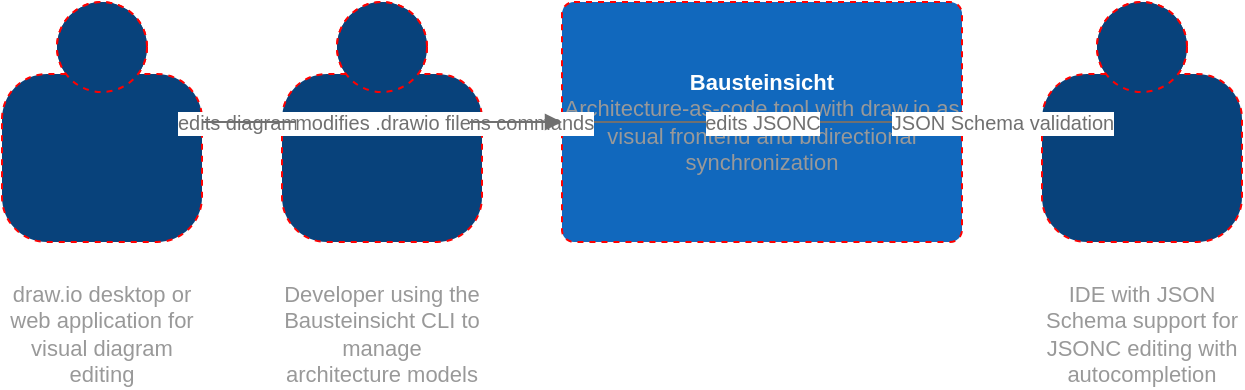
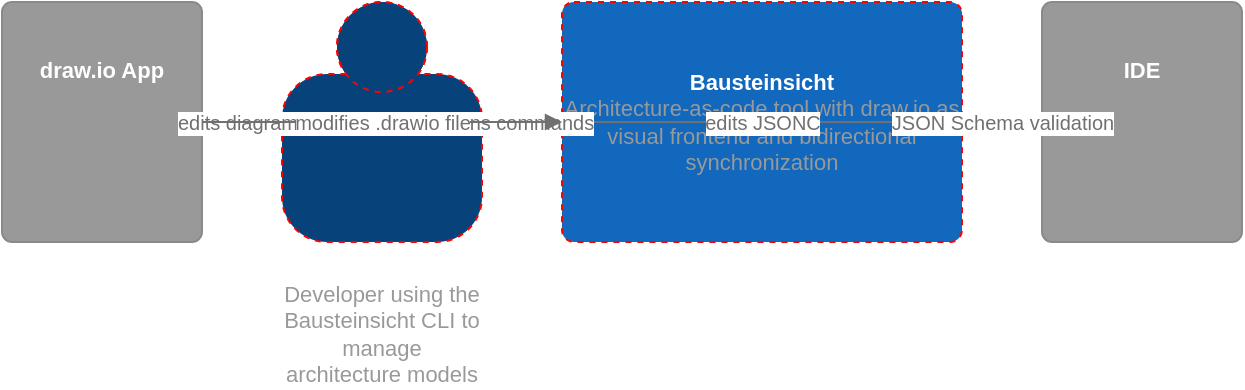
<?xml version="1.0" encoding="UTF-8"?>
<mxfile host="bausteinsicht" compressed="false">
  <diagram id="view-context" name="System Context">
    <mxGraphModel dx="1422" dy="794" grid="1" gridSize="10" page="1" pageWidth="1169" pageHeight="827" background="#ffffff">
      <root>
        <mxCell id="0"/>
        <mxCell id="1" parent="0"/>
-         <object label="&lt;b&gt;draw.io App&lt;/b&gt;&lt;br&gt;&lt;font color=&quot;#999999&quot;&gt;draw.io desktop or web application for visual diagram editing&lt;/font&gt;" id="context--drawio_app" bausteinsicht_id="drawio_app" bausteinsicht_kind="actor" tooltip="draw.io desktop or web application for visual diagram editing">
-           <mxCell style="shape=mxgraph.c4.person2;whiteSpace=wrap;html=1;align=center;verticalAlign=top;verticalLabelPosition=bottom;fillColor=#08427B;fontColor=#ffffff;fontSize=11;strokeColor=#FF0000;dashed=1;" vertex="1" parent="1">
+         <object label="&lt;b&gt;draw.io App&lt;/b&gt;&lt;br&gt;&lt;font color=&quot;#999999&quot;&gt;draw.io desktop or web application for visual diagram editing&lt;/font&gt;" id="context--drawio_app" bausteinsicht_id="drawio_app" bausteinsicht_kind="external_system" tooltip="draw.io desktop or web application for visual diagram editing">
+           <mxCell style="rounded=1;whiteSpace=wrap;html=1;fillColor=#999999;fontColor=#ffffff;strokeColor=#8A8A8A;arcSize=5;fontSize=11;align=center;verticalAlign=middle;" vertex="1" parent="1">
            <mxGeometry x="40" y="0" width="100" height="120" as="geometry"/>
          </mxCell>
        </object>
        <object label="&lt;b&gt;Developer&lt;/b&gt;&lt;br&gt;&lt;font color=&quot;#999999&quot;&gt;Developer using the Bausteinsicht CLI to manage architecture models&lt;/font&gt;" id="context--developer" bausteinsicht_id="developer" bausteinsicht_kind="actor" tooltip="Developer using the Bausteinsicht CLI to manage architecture models">
          <mxCell style="shape=mxgraph.c4.person2;whiteSpace=wrap;html=1;align=center;verticalAlign=top;verticalLabelPosition=bottom;fillColor=#08427B;fontColor=#ffffff;fontSize=11;strokeColor=#FF0000;dashed=1;" vertex="1" parent="1">
            <mxGeometry x="180" y="0" width="100" height="120" as="geometry"/>
          </mxCell>
        </object>
        <object label="&lt;b&gt;Bausteinsicht&lt;/b&gt;&lt;br&gt;&lt;font color=&quot;#999999&quot;&gt;Architecture-as-code tool with draw.io as visual frontend and bidirectional synchronization&lt;/font&gt;" id="context--bausteinsicht" bausteinsicht_id="bausteinsicht" bausteinsicht_kind="system" tooltip="Architecture-as-code tool with draw.io as visual frontend and bidirectional synchronization" link="data:page/id,view-containers">
          <mxCell style="rounded=1;whiteSpace=wrap;html=1;fillColor=#1168BD;fontColor=#ffffff;arcSize=5;fontSize=11;align=center;verticalAlign=middle;strokeColor=#FF0000;dashed=1;" vertex="1" parent="1">
            <mxGeometry x="320" y="0" width="200" height="120" as="geometry"/>
          </mxCell>
        </object>
-         <object label="&lt;b&gt;IDE&lt;/b&gt;&lt;br&gt;&lt;font color=&quot;#999999&quot;&gt;IDE with JSON Schema support for JSONC editing with autocompletion&lt;/font&gt;" id="context--ide" bausteinsicht_id="ide" bausteinsicht_kind="actor" tooltip="IDE with JSON Schema support for JSONC editing with autocompletion">
-           <mxCell style="shape=mxgraph.c4.person2;whiteSpace=wrap;html=1;align=center;verticalAlign=top;verticalLabelPosition=bottom;fillColor=#08427B;fontColor=#ffffff;fontSize=11;dashed=1;strokeColor=#FF0000;" vertex="1" parent="1">
+         <object label="&lt;b&gt;IDE&lt;/b&gt;&lt;br&gt;&lt;font color=&quot;#999999&quot;&gt;IDE with JSON Schema support for JSONC editing with autocompletion&lt;/font&gt;" id="context--ide" bausteinsicht_id="ide" bausteinsicht_kind="external_system" tooltip="IDE with JSON Schema support for JSONC editing with autocompletion">
+           <mxCell style="rounded=1;whiteSpace=wrap;html=1;fillColor=#999999;fontColor=#ffffff;strokeColor=#8A8A8A;arcSize=5;fontSize=11;align=center;verticalAlign=middle;" vertex="1" parent="1">
            <mxGeometry x="560" y="0" width="100" height="120" as="geometry"/>
          </mxCell>
        </object>
        <mxCell id="rel-context--developer-context--ide-1" value="edits JSONC" style="edgeStyle=orthogonalEdgeStyle;rounded=1;orthogonalLoop=1;jettySize=auto;html=1;endArrow=block;endFill=1;strokeColor=#707070;fontColor=#707070;fontSize=10;" edge="1" source="context--developer" target="context--ide" parent="1">
          <mxGeometry relative="1" as="geometry"/>
        </mxCell>
        <mxCell id="rel-context--developer-context--drawio_app-2" value="edits diagrams" style="edgeStyle=orthogonalEdgeStyle;rounded=1;orthogonalLoop=1;jettySize=auto;html=1;endArrow=block;endFill=1;strokeColor=#707070;fontColor=#707070;fontSize=10;" edge="1" source="context--developer" target="context--drawio_app" parent="1">
          <mxGeometry relative="1" as="geometry"/>
        </mxCell>
        <mxCell id="rel-context--developer-context--bausteinsicht-0" value="runs commands" style="edgeStyle=orthogonalEdgeStyle;rounded=1;orthogonalLoop=1;jettySize=auto;html=1;endArrow=block;endFill=1;strokeColor=#707070;fontColor=#707070;fontSize=10;" edge="1" source="context--developer" target="context--bausteinsicht" parent="1">
          <mxGeometry relative="1" as="geometry"/>
        </mxCell>
        <mxCell id="rel-context--ide-context--bausteinsicht-3" value="JSON Schema validation" style="edgeStyle=orthogonalEdgeStyle;rounded=1;orthogonalLoop=1;jettySize=auto;html=1;endArrow=block;endFill=1;strokeColor=#707070;fontColor=#707070;fontSize=10;" edge="1" source="context--ide" target="context--bausteinsicht" parent="1">
          <mxGeometry relative="1" as="geometry"/>
        </mxCell>
        <mxCell id="rel-context--drawio_app-context--bausteinsicht-4" value="modifies .drawio file" style="edgeStyle=orthogonalEdgeStyle;rounded=1;orthogonalLoop=1;jettySize=auto;html=1;endArrow=block;endFill=1;strokeColor=#707070;fontColor=#707070;fontSize=10;" edge="1" source="context--drawio_app" target="context--bausteinsicht" parent="1">
          <mxGeometry relative="1" as="geometry"/>
        </mxCell>
      </root>
    </mxGraphModel>
  </diagram>
  <diagram id="view-containers" name="Container View">
    <mxGraphModel dx="1422" dy="794" grid="1" gridSize="10" page="1" pageWidth="1169" pageHeight="827" background="#ffffff">
      <root>
        <mxCell id="0"/>
        <mxCell id="1" parent="0"/>
        <object label="&lt;b&gt;Bausteinsicht&lt;/b&gt;&lt;br&gt;&lt;font color=&quot;#999999&quot;&gt;Architecture-as-code tool with draw.io as visual frontend and bidirectional synchronization&lt;/font&gt;" id="containers--bausteinsicht" bausteinsicht_id="bausteinsicht" bausteinsicht_kind="system_boundary" tooltip="Architecture-as-code tool with draw.io as visual frontend and bidirectional synchronization" link="data:page/id,view-containers">
          <mxCell style="swimlane;startSize=30;fillColor=#E8E8E8;strokeColor=#0B4884;fontColor=#0B4884;fontStyle=1;rounded=1;arcSize=5;whiteSpace=wrap;html=1;container=1;collapsible=0;fontSize=12;" vertex="1" parent="1">
            <mxGeometry x="40" y="40" width="400" height="250" as="geometry"/>
          </mxCell>
        </object>
        <object label="&lt;b&gt;Model&lt;/b&gt;&lt;br&gt;&lt;font color=&quot;#666666&quot;&gt;[Go]&lt;/font&gt;&lt;br&gt;&lt;font color=&quot;#999999&quot;&gt;JSONC architecture model management — loading, validation, and mutation&lt;/font&gt;" id="containers--bausteinsicht.model" bausteinsicht_id="bausteinsicht.model" bausteinsicht_kind="container" technology="Go" tooltip="JSONC architecture model management — loading, validation, and mutation" link="data:page/id,view-model-components">
          <mxCell style="rounded=1;whiteSpace=wrap;html=1;fillColor=#438DD5;fontColor=#ffffff;arcSize=5;fontSize=11;align=center;verticalAlign=middle;strokeColor=#FF0000;dashed=1;" vertex="1" parent="containers--bausteinsicht">
            <mxGeometry x="40" y="330" width="200" height="120" as="geometry"/>
          </mxCell>
        </object>
        <object label="&lt;b&gt;Sync Engine&lt;/b&gt;&lt;br&gt;&lt;font color=&quot;#666666&quot;&gt;[Go]&lt;/font&gt;&lt;br&gt;&lt;font color=&quot;#999999&quot;&gt;Bidirectional synchronization engine between JSONC model and draw.io diagrams&lt;/font&gt;" id="containers--bausteinsicht.sync" bausteinsicht_id="bausteinsicht.sync" bausteinsicht_kind="container" technology="Go" tooltip="Bidirectional synchronization engine between JSONC model and draw.io diagrams" link="data:page/id,view-sync-components">
          <mxCell style="rounded=1;whiteSpace=wrap;html=1;fillColor=#438DD5;fontColor=#ffffff;arcSize=5;fontSize=11;align=center;verticalAlign=middle;strokeColor=#FF0000;dashed=1;" vertex="1" parent="containers--bausteinsicht">
            <mxGeometry x="280" y="330" width="200" height="120" as="geometry"/>
          </mxCell>
        </object>
-         <object label="&lt;b&gt;draw.io App&lt;/b&gt;&lt;br&gt;&lt;font color=&quot;#999999&quot;&gt;draw.io desktop or web application for visual diagram editing&lt;/font&gt;" id="containers--drawio_app" bausteinsicht_id="drawio_app" bausteinsicht_kind="actor" tooltip="draw.io desktop or web application for visual diagram editing">
-           <mxCell style="shape=mxgraph.c4.person2;whiteSpace=wrap;html=1;align=center;verticalAlign=top;verticalLabelPosition=bottom;fillColor=#08427B;fontColor=#ffffff;fontSize=11;strokeColor=#FF0000;dashed=1;" vertex="1" parent="1">
+         <object label="&lt;b&gt;draw.io App&lt;/b&gt;&lt;br&gt;&lt;font color=&quot;#999999&quot;&gt;draw.io desktop or web application for visual diagram editing&lt;/font&gt;" id="containers--drawio_app" bausteinsicht_id="drawio_app" bausteinsicht_kind="external_system" tooltip="draw.io desktop or web application for visual diagram editing">
+           <mxCell style="rounded=1;whiteSpace=wrap;html=1;fillColor=#999999;fontColor=#ffffff;strokeColor=#8A8A8A;arcSize=5;fontSize=11;align=center;verticalAlign=middle;" vertex="1" parent="1">
            <mxGeometry x="520" y="330" width="100" height="120" as="geometry"/>
          </mxCell>
        </object>
        <object label="&lt;b&gt;Developer&lt;/b&gt;&lt;br&gt;&lt;font color=&quot;#999999&quot;&gt;Developer using the Bausteinsicht CLI to manage architecture models&lt;/font&gt;" id="containers--developer" bausteinsicht_id="developer" bausteinsicht_kind="actor" tooltip="Developer using the Bausteinsicht CLI to manage architecture models">
          <mxCell style="shape=mxgraph.c4.person2;whiteSpace=wrap;html=1;align=center;verticalAlign=top;verticalLabelPosition=bottom;fillColor=#08427B;fontColor=#ffffff;fontSize=11;strokeColor=#FF0000;dashed=1;" vertex="1" parent="1">
            <mxGeometry x="660" y="330" width="100" height="120" as="geometry"/>
          </mxCell>
        </object>
-         <object label="&lt;b&gt;IDE&lt;/b&gt;&lt;br&gt;&lt;font color=&quot;#999999&quot;&gt;IDE with JSON Schema support for JSONC editing with autocompletion&lt;/font&gt;" id="containers--ide" bausteinsicht_id="ide" bausteinsicht_kind="actor" tooltip="IDE with JSON Schema support for JSONC editing with autocompletion">
-           <mxCell style="shape=mxgraph.c4.person2;whiteSpace=wrap;html=1;align=center;verticalAlign=top;verticalLabelPosition=bottom;fillColor=#08427B;fontColor=#ffffff;fontSize=11;strokeColor=#FF0000;dashed=1;" vertex="1" parent="1">
+         <object label="&lt;b&gt;IDE&lt;/b&gt;&lt;br&gt;&lt;font color=&quot;#999999&quot;&gt;IDE with JSON Schema support for JSONC editing with autocompletion&lt;/font&gt;" id="containers--ide" bausteinsicht_id="ide" bausteinsicht_kind="external_system" tooltip="IDE with JSON Schema support for JSONC editing with autocompletion">
+           <mxCell style="rounded=1;whiteSpace=wrap;html=1;fillColor=#999999;fontColor=#ffffff;strokeColor=#8A8A8A;arcSize=5;fontSize=11;align=center;verticalAlign=middle;" vertex="1" parent="1">
            <mxGeometry x="800" y="330" width="100" height="120" as="geometry"/>
          </mxCell>
        </object>
        <object label="&lt;b&gt;Watcher&lt;/b&gt;&lt;br&gt;&lt;font color=&quot;#666666&quot;&gt;[Go / fsnotify]&lt;/font&gt;&lt;br&gt;&lt;font color=&quot;#999999&quot;&gt;File system monitoring for automatic sync on model or diagram changes&lt;/font&gt;" id="containers--bausteinsicht.watcher" bausteinsicht_id="bausteinsicht.watcher" bausteinsicht_kind="container" technology="Go / fsnotify" tooltip="File system monitoring for automatic sync on model or diagram changes">
          <mxCell style="rounded=1;whiteSpace=wrap;html=1;fillColor=#438DD5;fontColor=#ffffff;arcSize=5;fontSize=11;align=center;verticalAlign=middle;strokeColor=#FF0000;dashed=1;" vertex="1" parent="containers--bausteinsicht">
            <mxGeometry x="940" y="330" width="200" height="120" as="geometry"/>
          </mxCell>
        </object>
        <object label="&lt;b&gt;draw.io&lt;/b&gt;&lt;br&gt;&lt;font color=&quot;#666666&quot;&gt;[Go / etree]&lt;/font&gt;&lt;br&gt;&lt;font color=&quot;#999999&quot;&gt;draw.io XML document handling — elements, connectors, templates, and labels&lt;/font&gt;" id="containers--bausteinsicht.drawio" bausteinsicht_id="bausteinsicht.drawio" bausteinsicht_kind="container" technology="Go / etree" tooltip="draw.io XML document handling — elements, connectors, templates, and labels" link="data:page/id,view-drawio-components">
          <mxCell style="rounded=1;whiteSpace=wrap;html=1;fillColor=#438DD5;fontColor=#ffffff;arcSize=5;fontSize=11;align=center;verticalAlign=middle;strokeColor=#FF0000;dashed=1;" vertex="1" parent="containers--bausteinsicht">
            <mxGeometry x="1180" y="330" width="200" height="120" as="geometry"/>
          </mxCell>
        </object>
        <object label="&lt;b&gt;CLI&lt;/b&gt;&lt;br&gt;&lt;font color=&quot;#666666&quot;&gt;[Go / Cobra]&lt;/font&gt;&lt;br&gt;&lt;font color=&quot;#999999&quot;&gt;Command-line interface providing validate, sync, export, and watch commands&lt;/font&gt;" id="containers--bausteinsicht.cli" bausteinsicht_id="bausteinsicht.cli" bausteinsicht_kind="container" technology="Go / Cobra" tooltip="Command-line interface providing validate, sync, export, and watch commands">
          <mxCell style="rounded=1;whiteSpace=wrap;html=1;fillColor=#438DD5;fontColor=#ffffff;arcSize=5;fontSize=11;align=center;verticalAlign=middle;strokeColor=#FF0000;dashed=1;" vertex="1" parent="containers--bausteinsicht">
            <mxGeometry x="1420" y="330" width="200" height="120" as="geometry"/>
          </mxCell>
        </object>
        <object label="&lt;b&gt;Export&lt;/b&gt;&lt;br&gt;&lt;font color=&quot;#666666&quot;&gt;[Go]&lt;/font&gt;&lt;br&gt;&lt;font color=&quot;#999999&quot;&gt;Diagram export to PNG and SVG formats via draw.io CLI&lt;/font&gt;" id="containers--bausteinsicht.export" bausteinsicht_id="bausteinsicht.export" bausteinsicht_kind="container" technology="Go" tooltip="Diagram export to PNG and SVG formats via draw.io CLI">
          <mxCell style="rounded=1;whiteSpace=wrap;html=1;fillColor=#438DD5;fontColor=#ffffff;arcSize=5;fontSize=11;align=center;verticalAlign=middle;strokeColor=#FF0000;dashed=1;" vertex="1" parent="containers--bausteinsicht">
            <mxGeometry x="1660" y="330" width="200" height="120" as="geometry"/>
          </mxCell>
        </object>
        <mxCell id="rel-containers--developer-containers--ide-1" value="edits JSONC" style="edgeStyle=orthogonalEdgeStyle;rounded=1;orthogonalLoop=1;jettySize=auto;html=1;endArrow=block;endFill=1;strokeColor=#707070;fontColor=#707070;fontSize=10;" edge="1" source="containers--developer" target="containers--ide" parent="1">
          <mxGeometry relative="1" as="geometry"/>
        </mxCell>
        <mxCell id="rel-containers--developer-containers--bausteinsicht.cli-0" value="runs commands" style="edgeStyle=orthogonalEdgeStyle;rounded=1;orthogonalLoop=1;jettySize=auto;html=1;endArrow=block;endFill=1;strokeColor=#707070;fontColor=#707070;fontSize=10;" edge="1" source="containers--developer" target="containers--bausteinsicht.cli" parent="1">
          <mxGeometry relative="1" as="geometry"/>
        </mxCell>
        <mxCell id="rel-containers--developer-containers--drawio_app-2" value="edits diagrams" style="edgeStyle=orthogonalEdgeStyle;rounded=1;orthogonalLoop=1;jettySize=auto;html=1;endArrow=block;endFill=1;strokeColor=#707070;fontColor=#707070;fontSize=10;" edge="1" source="containers--developer" target="containers--drawio_app" parent="1">
          <mxGeometry relative="1" as="geometry"/>
        </mxCell>
        <mxCell id="rel-containers--ide-containers--bausteinsicht.model-3" value="JSON Schema validation" style="edgeStyle=orthogonalEdgeStyle;rounded=1;orthogonalLoop=1;jettySize=auto;html=1;endArrow=block;endFill=1;strokeColor=#707070;fontColor=#707070;fontSize=10;" edge="1" source="containers--ide" target="containers--bausteinsicht.model" parent="1">
          <mxGeometry relative="1" as="geometry"/>
        </mxCell>
        <mxCell id="rel-containers--bausteinsicht.cli-containers--bausteinsicht.watcher-8" value="starts watch mode" style="edgeStyle=orthogonalEdgeStyle;rounded=1;orthogonalLoop=1;jettySize=auto;html=1;endArrow=block;endFill=1;strokeColor=#707070;fontColor=#707070;fontSize=10;" edge="1" source="containers--bausteinsicht.cli" target="containers--bausteinsicht.watcher" parent="1">
          <mxGeometry relative="1" as="geometry"/>
        </mxCell>
        <mxCell id="rel-containers--bausteinsicht.cli-containers--bausteinsicht.export-9" value="triggers export" style="edgeStyle=orthogonalEdgeStyle;rounded=1;orthogonalLoop=1;jettySize=auto;html=1;endArrow=block;endFill=1;strokeColor=#707070;fontColor=#707070;fontSize=10;" edge="1" source="containers--bausteinsicht.cli" target="containers--bausteinsicht.export" parent="1">
          <mxGeometry relative="1" as="geometry"/>
        </mxCell>
        <mxCell id="rel-containers--bausteinsicht.sync-containers--bausteinsicht.drawio-16" value="creates/updates connectors" style="edgeStyle=orthogonalEdgeStyle;rounded=1;orthogonalLoop=1;jettySize=auto;html=1;endArrow=block;endFill=1;strokeColor=#707070;fontColor=#707070;fontSize=10;" edge="1" source="containers--bausteinsicht.sync" target="containers--bausteinsicht.drawio" parent="1">
          <mxGeometry relative="1" as="geometry"/>
        </mxCell>
        <mxCell id="rel-containers--bausteinsicht.cli-containers--bausteinsicht.sync-7" value="triggers sync" style="edgeStyle=orthogonalEdgeStyle;rounded=1;orthogonalLoop=1;jettySize=auto;html=1;endArrow=block;endFill=1;strokeColor=#707070;fontColor=#707070;fontSize=10;" edge="1" source="containers--bausteinsicht.cli" target="containers--bausteinsicht.sync" parent="1">
          <mxGeometry relative="1" as="geometry"/>
        </mxCell>
        <mxCell id="rel-containers--bausteinsicht.cli-containers--bausteinsicht.model-6" value="validates model" style="edgeStyle=orthogonalEdgeStyle;rounded=1;orthogonalLoop=1;jettySize=auto;html=1;endArrow=block;endFill=1;strokeColor=#707070;fontColor=#707070;fontSize=10;" edge="1" source="containers--bausteinsicht.cli" target="containers--bausteinsicht.model" parent="1">
          <mxGeometry relative="1" as="geometry"/>
        </mxCell>
        <mxCell id="rel-containers--bausteinsicht.watcher-containers--bausteinsicht.sync-21" value="triggers on file change" style="edgeStyle=orthogonalEdgeStyle;rounded=1;orthogonalLoop=1;jettySize=auto;html=1;endArrow=block;endFill=1;strokeColor=#707070;fontColor=#707070;fontSize=10;" edge="1" source="containers--bausteinsicht.watcher" target="containers--bausteinsicht.sync" parent="1">
          <mxGeometry relative="1" as="geometry"/>
        </mxCell>
        <mxCell id="rel-containers--bausteinsicht.export-containers--bausteinsicht.drawio-22" value="reads diagram pages" style="edgeStyle=orthogonalEdgeStyle;rounded=1;orthogonalLoop=1;jettySize=auto;html=1;endArrow=block;endFill=1;strokeColor=#707070;fontColor=#707070;fontSize=10;" edge="1" source="containers--bausteinsicht.export" target="containers--bausteinsicht.drawio" parent="1">
          <mxGeometry relative="1" as="geometry"/>
        </mxCell>
        <mxCell id="rel-containers--bausteinsicht.sync-containers--bausteinsicht.model-17" value="comment-preserving updates" style="edgeStyle=orthogonalEdgeStyle;rounded=1;orthogonalLoop=1;jettySize=auto;html=1;endArrow=block;endFill=1;strokeColor=#707070;fontColor=#707070;fontSize=10;" edge="1" source="containers--bausteinsicht.sync" target="containers--bausteinsicht.model" parent="1">
          <mxGeometry relative="1" as="geometry"/>
        </mxCell>
        <mxCell id="rel-containers--drawio_app-containers--bausteinsicht.drawio-4" value="modifies .drawio file" style="edgeStyle=orthogonalEdgeStyle;rounded=1;orthogonalLoop=1;jettySize=auto;html=1;endArrow=block;endFill=1;strokeColor=#707070;fontColor=#707070;fontSize=10;" edge="1" source="containers--drawio_app" target="containers--bausteinsicht.drawio" parent="1">
          <mxGeometry relative="1" as="geometry"/>
        </mxCell>
        <object label="&amp;larr; System Context" id="nav-back-containers" link="data:page/id,view-context">
          <mxCell style="rounded=1;fillColor=#f8cecc;strokeColor=#b85450;html=1;fontSize=10;" vertex="1" parent="1">
            <mxGeometry x="20" y="20" width="140" height="30" as="geometry"/>
          </mxCell>
        </object>
      </root>
    </mxGraphModel>
  </diagram>
  <diagram id="view-sync-components" name="Sync Engine Components">
    <mxGraphModel dx="1422" dy="794" grid="1" gridSize="10" page="1" pageWidth="1169" pageHeight="827" background="#ffffff">
      <root>
        <mxCell id="0"/>
        <mxCell id="1" parent="0"/>
        <object label="&lt;b&gt;Sync Engine&lt;/b&gt;&lt;br&gt;&lt;font color=&quot;#666666&quot;&gt;[Go]&lt;/font&gt;&lt;br&gt;&lt;font color=&quot;#999999&quot;&gt;Bidirectional synchronization engine between JSONC model and draw.io diagrams&lt;/font&gt;" id="sync-components--bausteinsicht.sync" bausteinsicht_id="bausteinsicht.sync" bausteinsicht_kind="container_boundary" technology="Go" tooltip="Bidirectional synchronization engine between JSONC model and draw.io diagrams" link="data:page/id,view-sync-components">
          <mxCell style="swimlane;startSize=30;fillColor=#F0F4FA;strokeColor=#3C7FC0;fontColor=#3C7FC0;fontStyle=1;rounded=1;arcSize=5;whiteSpace=wrap;html=1;container=1;collapsible=0;fontSize=12;" vertex="1" parent="1">
            <mxGeometry x="40" y="40" width="400" height="250" as="geometry"/>
          </mxCell>
        </object>
        <object label="&lt;b&gt;Conflict&lt;/b&gt;&lt;br&gt;&lt;font color=&quot;#666666&quot;&gt;[Go]&lt;/font&gt;&lt;br&gt;&lt;font color=&quot;#999999&quot;&gt;Conflict detection and resolution when both model and diagram changed&lt;/font&gt;" id="sync-components--bausteinsicht.sync.conflict" bausteinsicht_id="bausteinsicht.sync.conflict" bausteinsicht_kind="component" technology="Go" tooltip="Conflict detection and resolution when both model and diagram changed">
          <mxCell style="rounded=1;whiteSpace=wrap;html=1;fillColor=#85BBF0;fontColor=#000000;arcSize=5;fontSize=11;align=center;verticalAlign=middle;strokeColor=#FF0000;dashed=1;" vertex="1" parent="sync-components--bausteinsicht.sync">
            <mxGeometry x="40" y="330" width="200" height="120" as="geometry"/>
          </mxCell>
        </object>
        <object label="&lt;b&gt;Patch&lt;/b&gt;&lt;br&gt;&lt;font color=&quot;#666666&quot;&gt;[Go]&lt;/font&gt;&lt;br&gt;&lt;font color=&quot;#999999&quot;&gt;Comment-preserving JSONC mutations for reverse sync&lt;/font&gt;" id="sync-components--bausteinsicht.model.patch" bausteinsicht_id="bausteinsicht.model.patch" bausteinsicht_kind="component" technology="Go" tooltip="Comment-preserving JSONC mutations for reverse sync">
          <mxCell style="rounded=1;whiteSpace=wrap;html=1;fillColor=#85BBF0;fontColor=#000000;arcSize=5;fontSize=11;align=center;verticalAlign=middle;strokeColor=#FF0000;dashed=1;" vertex="1" parent="1">
            <mxGeometry x="280" y="330" width="200" height="120" as="geometry"/>
          </mxCell>
        </object>
        <object label="&lt;b&gt;Reverse Sync&lt;/b&gt;&lt;br&gt;&lt;font color=&quot;#666666&quot;&gt;[Go]&lt;/font&gt;&lt;br&gt;&lt;font color=&quot;#999999&quot;&gt;Applies draw.io changes back to the JSONC model (drawio → model)&lt;/font&gt;" id="sync-components--bausteinsicht.sync.reverse" bausteinsicht_id="bausteinsicht.sync.reverse" bausteinsicht_kind="component" technology="Go" tooltip="Applies draw.io changes back to the JSONC model (drawio → model)">
          <mxCell style="rounded=1;whiteSpace=wrap;html=1;fillColor=#85BBF0;fontColor=#000000;arcSize=5;fontSize=11;align=center;verticalAlign=middle;strokeColor=#FF0000;dashed=1;" vertex="1" parent="sync-components--bausteinsicht.sync">
            <mxGeometry x="520" y="330" width="200" height="120" as="geometry"/>
          </mxCell>
        </object>
        <object label="&lt;b&gt;Engine&lt;/b&gt;&lt;br&gt;&lt;font color=&quot;#666666&quot;&gt;[Go]&lt;/font&gt;&lt;br&gt;&lt;font color=&quot;#999999&quot;&gt;Main sync orchestrator coordinating diff, forward, reverse, and conflict resolution&lt;/font&gt;" id="sync-components--bausteinsicht.sync.engine" bausteinsicht_id="bausteinsicht.sync.engine" bausteinsicht_kind="component" technology="Go" tooltip="Main sync orchestrator coordinating diff, forward, reverse, and conflict resolution">
          <mxCell style="rounded=1;whiteSpace=wrap;html=1;fillColor=#85BBF0;fontColor=#000000;arcSize=5;fontSize=11;align=center;verticalAlign=middle;dashed=1;strokeColor=#FF0000;" vertex="1" parent="sync-components--bausteinsicht.sync">
            <mxGeometry x="760" y="330" width="200" height="120" as="geometry"/>
          </mxCell>
        </object>
        <object label="&lt;b&gt;State&lt;/b&gt;&lt;br&gt;&lt;font color=&quot;#666666&quot;&gt;[Go]&lt;/font&gt;&lt;br&gt;&lt;font color=&quot;#999999&quot;&gt;Sync state persistence using SHA256 hashes for change detection&lt;/font&gt;" id="sync-components--bausteinsicht.sync.state" bausteinsicht_id="bausteinsicht.sync.state" bausteinsicht_kind="component" technology="Go" tooltip="Sync state persistence using SHA256 hashes for change detection">
          <mxCell style="rounded=1;whiteSpace=wrap;html=1;fillColor=#85BBF0;fontColor=#000000;arcSize=5;fontSize=11;align=center;verticalAlign=middle;strokeColor=#FF0000;dashed=1;" vertex="1" parent="sync-components--bausteinsicht.sync">
            <mxGeometry x="1000" y="330" width="200" height="120" as="geometry"/>
          </mxCell>
        </object>
        <object label="&lt;b&gt;Connector&lt;/b&gt;&lt;br&gt;&lt;font color=&quot;#666666&quot;&gt;[Go]&lt;/font&gt;&lt;br&gt;&lt;font color=&quot;#999999&quot;&gt;Connector/relationship CRUD for edges between elements&lt;/font&gt;" id="sync-components--bausteinsicht.drawio.connector" bausteinsicht_id="bausteinsicht.drawio.connector" bausteinsicht_kind="component" technology="Go" tooltip="Connector/relationship CRUD for edges between elements">
          <mxCell style="rounded=1;whiteSpace=wrap;html=1;fillColor=#85BBF0;fontColor=#000000;arcSize=5;fontSize=11;align=center;verticalAlign=middle;strokeColor=#FF0000;dashed=1;" vertex="1" parent="1">
            <mxGeometry x="1240" y="330" width="200" height="120" as="geometry"/>
          </mxCell>
        </object>
        <object label="&lt;b&gt;Diff&lt;/b&gt;&lt;br&gt;&lt;font color=&quot;#666666&quot;&gt;[Go]&lt;/font&gt;&lt;br&gt;&lt;font color=&quot;#999999&quot;&gt;Three-way change detection comparing model, diagram, and last-sync state&lt;/font&gt;" id="sync-components--bausteinsicht.sync.diff" bausteinsicht_id="bausteinsicht.sync.diff" bausteinsicht_kind="component" technology="Go" tooltip="Three-way change detection comparing model, diagram, and last-sync state">
          <mxCell style="rounded=1;whiteSpace=wrap;html=1;fillColor=#85BBF0;fontColor=#000000;arcSize=5;fontSize=11;align=center;verticalAlign=middle;strokeColor=#FF0000;dashed=1;" vertex="1" parent="sync-components--bausteinsicht.sync">
            <mxGeometry x="1480" y="330" width="200" height="120" as="geometry"/>
          </mxCell>
        </object>
        <object label="&lt;b&gt;Forward Sync&lt;/b&gt;&lt;br&gt;&lt;font color=&quot;#666666&quot;&gt;[Go]&lt;/font&gt;&lt;br&gt;&lt;font color=&quot;#999999&quot;&gt;Applies model changes to draw.io diagrams (model → drawio)&lt;/font&gt;" id="sync-components--bausteinsicht.sync.forward" bausteinsicht_id="bausteinsicht.sync.forward" bausteinsicht_kind="component" technology="Go" tooltip="Applies model changes to draw.io diagrams (model → drawio)">
          <mxCell style="rounded=1;whiteSpace=wrap;html=1;fillColor=#85BBF0;fontColor=#000000;arcSize=5;fontSize=11;align=center;verticalAlign=middle;dashed=1;strokeColor=#FF0000;" vertex="1" parent="sync-components--bausteinsicht.sync">
            <mxGeometry x="1720" y="330" width="200" height="120" as="geometry"/>
          </mxCell>
        </object>
        <object label="&lt;b&gt;Element&lt;/b&gt;&lt;br&gt;&lt;font color=&quot;#666666&quot;&gt;[Go]&lt;/font&gt;&lt;br&gt;&lt;font color=&quot;#999999&quot;&gt;Element CRUD operations on mxGraphModel objects and mxCells&lt;/font&gt;" id="sync-components--bausteinsicht.drawio.element" bausteinsicht_id="bausteinsicht.drawio.element" bausteinsicht_kind="component" technology="Go" tooltip="Element CRUD operations on mxGraphModel objects and mxCells">
          <mxCell style="rounded=1;whiteSpace=wrap;html=1;fillColor=#85BBF0;fontColor=#000000;arcSize=5;fontSize=11;align=center;verticalAlign=middle;strokeColor=#FF0000;dashed=1;" vertex="1" parent="1">
            <mxGeometry x="1960" y="330" width="200" height="120" as="geometry"/>
          </mxCell>
        </object>
        <mxCell id="rel-sync-components--bausteinsicht.sync.forward-sync-components--bausteinsicht.drawio.connector-16" value="creates/updates connectors" style="edgeStyle=orthogonalEdgeStyle;rounded=1;orthogonalLoop=1;jettySize=auto;html=1;endArrow=block;endFill=1;strokeColor=#707070;fontColor=#707070;fontSize=10;" edge="1" source="sync-components--bausteinsicht.sync.forward" target="sync-components--bausteinsicht.drawio.connector" parent="1">
          <mxGeometry relative="1" as="geometry"/>
        </mxCell>
        <mxCell id="rel-sync-components--bausteinsicht.sync.engine-sync-components--bausteinsicht.sync.forward-11" value="model → drawio" style="edgeStyle=orthogonalEdgeStyle;rounded=1;orthogonalLoop=1;jettySize=auto;html=1;endArrow=block;endFill=1;strokeColor=#707070;fontColor=#707070;fontSize=10;" edge="1" source="sync-components--bausteinsicht.sync.engine" target="sync-components--bausteinsicht.sync.forward" parent="1">
          <mxGeometry relative="1" as="geometry"/>
        </mxCell>
        <mxCell id="rel-sync-components--bausteinsicht.sync.engine-sync-components--bausteinsicht.sync.diff-10" value="detects changes" style="edgeStyle=orthogonalEdgeStyle;rounded=1;orthogonalLoop=1;jettySize=auto;html=1;endArrow=block;endFill=1;strokeColor=#707070;fontColor=#707070;fontSize=10;" edge="1" source="sync-components--bausteinsicht.sync.engine" target="sync-components--bausteinsicht.sync.diff" parent="1">
          <mxGeometry relative="1" as="geometry"/>
        </mxCell>
        <mxCell id="rel-sync-components--bausteinsicht.sync.forward-sync-components--bausteinsicht.drawio.element-15" value="creates/updates elements" style="edgeStyle=orthogonalEdgeStyle;rounded=1;orthogonalLoop=1;jettySize=auto;html=1;endArrow=block;endFill=1;strokeColor=#707070;fontColor=#707070;fontSize=10;" edge="1" source="sync-components--bausteinsicht.sync.forward" target="sync-components--bausteinsicht.drawio.element" parent="1">
          <mxGeometry relative="1" as="geometry"/>
        </mxCell>
        <mxCell id="rel-sync-components--bausteinsicht.sync.engine-sync-components--bausteinsicht.sync.state-13" value="loads/saves state" style="edgeStyle=orthogonalEdgeStyle;rounded=1;orthogonalLoop=1;jettySize=auto;html=1;endArrow=block;endFill=1;strokeColor=#707070;fontColor=#707070;fontSize=10;" edge="1" source="sync-components--bausteinsicht.sync.engine" target="sync-components--bausteinsicht.sync.state" parent="1">
          <mxGeometry relative="1" as="geometry"/>
        </mxCell>
        <mxCell id="rel-sync-components--bausteinsicht.sync.engine-sync-components--bausteinsicht.sync.conflict-14" value="resolves conflicts" style="edgeStyle=orthogonalEdgeStyle;rounded=1;orthogonalLoop=1;jettySize=auto;html=1;endArrow=block;endFill=1;strokeColor=#707070;fontColor=#707070;fontSize=10;" edge="1" source="sync-components--bausteinsicht.sync.engine" target="sync-components--bausteinsicht.sync.conflict" parent="1">
          <mxGeometry relative="1" as="geometry"/>
        </mxCell>
        <mxCell id="rel-sync-components--bausteinsicht.sync.reverse-sync-components--bausteinsicht.model.patch-17" value="comment-preserving updates" style="edgeStyle=orthogonalEdgeStyle;rounded=1;orthogonalLoop=1;jettySize=auto;html=1;endArrow=block;endFill=1;strokeColor=#707070;fontColor=#707070;fontSize=10;" edge="1" source="sync-components--bausteinsicht.sync.reverse" target="sync-components--bausteinsicht.model.patch" parent="1">
          <mxGeometry relative="1" as="geometry"/>
        </mxCell>
        <mxCell id="rel-sync-components--bausteinsicht.sync.engine-sync-components--bausteinsicht.sync.reverse-12" value="drawio → model" style="edgeStyle=orthogonalEdgeStyle;rounded=1;orthogonalLoop=1;jettySize=auto;html=1;endArrow=block;endFill=1;strokeColor=#707070;fontColor=#707070;fontSize=10;" edge="1" source="sync-components--bausteinsicht.sync.engine" target="sync-components--bausteinsicht.sync.reverse" parent="1">
          <mxGeometry relative="1" as="geometry"/>
        </mxCell>
        <object label="&amp;larr; Container View" id="nav-back-sync-components" link="data:page/id,view-containers">
          <mxCell style="rounded=1;fillColor=#f8cecc;strokeColor=#b85450;html=1;fontSize=10;" vertex="1" parent="1">
            <mxGeometry x="20" y="20" width="140" height="30" as="geometry"/>
          </mxCell>
        </object>
      </root>
    </mxGraphModel>
  </diagram>
  <diagram id="view-drawio-components" name="draw.io Package Components">
    <mxGraphModel dx="1422" dy="794" grid="1" gridSize="10" page="1" pageWidth="1169" pageHeight="827" background="#ffffff">
      <root>
        <mxCell id="0"/>
        <mxCell id="1" parent="0"/>
        <object label="&lt;b&gt;draw.io&lt;/b&gt;&lt;br&gt;&lt;font color=&quot;#666666&quot;&gt;[Go / etree]&lt;/font&gt;&lt;br&gt;&lt;font color=&quot;#999999&quot;&gt;draw.io XML document handling — elements, connectors, templates, and labels&lt;/font&gt;" id="drawio-components--bausteinsicht.drawio" bausteinsicht_id="bausteinsicht.drawio" bausteinsicht_kind="container_boundary" technology="Go / etree" tooltip="draw.io XML document handling — elements, connectors, templates, and labels" link="data:page/id,view-drawio-components">
          <mxCell style="swimlane;startSize=30;fillColor=#F0F4FA;strokeColor=#3C7FC0;fontColor=#3C7FC0;fontStyle=1;rounded=1;arcSize=5;whiteSpace=wrap;html=1;container=1;collapsible=0;fontSize=12;" vertex="1" parent="1">
            <mxGeometry x="40" y="40" width="400" height="250" as="geometry"/>
          </mxCell>
        </object>
        <object label="&lt;b&gt;Template&lt;/b&gt;&lt;br&gt;&lt;font color=&quot;#666666&quot;&gt;[Go]&lt;/font&gt;&lt;br&gt;&lt;font color=&quot;#999999&quot;&gt;Template loading and style lookup from .drawio template files&lt;/font&gt;" id="drawio-components--bausteinsicht.drawio.template" bausteinsicht_id="bausteinsicht.drawio.template" bausteinsicht_kind="component" technology="Go" tooltip="Template loading and style lookup from .drawio template files">
          <mxCell style="rounded=1;whiteSpace=wrap;html=1;fillColor=#85BBF0;fontColor=#000000;arcSize=5;fontSize=11;align=center;verticalAlign=middle;strokeColor=#FF0000;dashed=1;" vertex="1" parent="drawio-components--bausteinsicht.drawio">
            <mxGeometry x="40" y="330" width="200" height="120" as="geometry"/>
          </mxCell>
        </object>
        <object label="&lt;b&gt;Connector&lt;/b&gt;&lt;br&gt;&lt;font color=&quot;#666666&quot;&gt;[Go]&lt;/font&gt;&lt;br&gt;&lt;font color=&quot;#999999&quot;&gt;Connector/relationship CRUD for edges between elements&lt;/font&gt;" id="drawio-components--bausteinsicht.drawio.connector" bausteinsicht_id="bausteinsicht.drawio.connector" bausteinsicht_kind="component" technology="Go" tooltip="Connector/relationship CRUD for edges between elements">
          <mxCell style="rounded=1;whiteSpace=wrap;html=1;fillColor=#85BBF0;fontColor=#000000;arcSize=5;fontSize=11;align=center;verticalAlign=middle;strokeColor=#FF0000;dashed=1;" vertex="1" parent="drawio-components--bausteinsicht.drawio">
            <mxGeometry x="280" y="330" width="200" height="120" as="geometry"/>
          </mxCell>
        </object>
        <object label="&lt;b&gt;Label&lt;/b&gt;&lt;br&gt;&lt;font color=&quot;#666666&quot;&gt;[Go]&lt;/font&gt;&lt;br&gt;&lt;font color=&quot;#999999&quot;&gt;HTML label generation and parsing for element display text&lt;/font&gt;" id="drawio-components--bausteinsicht.drawio.label" bausteinsicht_id="bausteinsicht.drawio.label" bausteinsicht_kind="component" technology="Go" tooltip="HTML label generation and parsing for element display text">
          <mxCell style="rounded=1;whiteSpace=wrap;html=1;fillColor=#85BBF0;fontColor=#000000;arcSize=5;fontSize=11;align=center;verticalAlign=middle;strokeColor=#FF0000;dashed=1;" vertex="1" parent="drawio-components--bausteinsicht.drawio">
            <mxGeometry x="520" y="330" width="200" height="120" as="geometry"/>
          </mxCell>
        </object>
        <object label="&lt;b&gt;Document&lt;/b&gt;&lt;br&gt;&lt;font color=&quot;#666666&quot;&gt;[Go]&lt;/font&gt;&lt;br&gt;&lt;font color=&quot;#999999&quot;&gt;XML parsing, page management, and file I/O for .drawio files&lt;/font&gt;" id="drawio-components--bausteinsicht.drawio.document" bausteinsicht_id="bausteinsicht.drawio.document" bausteinsicht_kind="component" technology="Go" tooltip="XML parsing, page management, and file I/O for .drawio files">
          <mxCell style="rounded=1;whiteSpace=wrap;html=1;fillColor=#85BBF0;fontColor=#000000;arcSize=5;fontSize=11;align=center;verticalAlign=middle;strokeColor=#FF0000;dashed=1;" vertex="1" parent="drawio-components--bausteinsicht.drawio">
            <mxGeometry x="760" y="330" width="200" height="120" as="geometry"/>
          </mxCell>
        </object>
        <object label="&lt;b&gt;Element&lt;/b&gt;&lt;br&gt;&lt;font color=&quot;#666666&quot;&gt;[Go]&lt;/font&gt;&lt;br&gt;&lt;font color=&quot;#999999&quot;&gt;Element CRUD operations on mxGraphModel objects and mxCells&lt;/font&gt;" id="drawio-components--bausteinsicht.drawio.element" bausteinsicht_id="bausteinsicht.drawio.element" bausteinsicht_kind="component" technology="Go" tooltip="Element CRUD operations on mxGraphModel objects and mxCells">
          <mxCell style="rounded=1;whiteSpace=wrap;html=1;fillColor=#85BBF0;fontColor=#000000;arcSize=5;fontSize=11;align=center;verticalAlign=middle;strokeColor=#FF0000;dashed=1;" vertex="1" parent="drawio-components--bausteinsicht.drawio">
            <mxGeometry x="1000" y="330" width="200" height="120" as="geometry"/>
          </mxCell>
        </object>
        <mxCell id="rel-drawio-components--bausteinsicht.drawio.element-drawio-components--bausteinsicht.drawio.label-18" value="generates labels" style="edgeStyle=orthogonalEdgeStyle;rounded=1;orthogonalLoop=1;jettySize=auto;html=1;endArrow=block;endFill=1;strokeColor=#707070;fontColor=#707070;fontSize=10;" edge="1" source="drawio-components--bausteinsicht.drawio.element" target="drawio-components--bausteinsicht.drawio.label" parent="1">
          <mxGeometry relative="1" as="geometry"/>
        </mxCell>
        <mxCell id="rel-drawio-components--bausteinsicht.drawio.element-drawio-components--bausteinsicht.drawio.template-19" value="looks up styles" style="edgeStyle=orthogonalEdgeStyle;rounded=1;orthogonalLoop=1;jettySize=auto;html=1;endArrow=block;endFill=1;strokeColor=#707070;fontColor=#707070;fontSize=10;" edge="1" source="drawio-components--bausteinsicht.drawio.element" target="drawio-components--bausteinsicht.drawio.template" parent="1">
          <mxGeometry relative="1" as="geometry"/>
        </mxCell>
        <object label="&amp;larr; Container View" id="nav-back-drawio-components" link="data:page/id,view-containers">
          <mxCell style="rounded=1;fillColor=#f8cecc;strokeColor=#b85450;html=1;fontSize=10;" vertex="1" parent="1">
            <mxGeometry x="20" y="20" width="140" height="30" as="geometry"/>
          </mxCell>
        </object>
      </root>
    </mxGraphModel>
  </diagram>
  <diagram id="view-model-components" name="Model Package Components">
    <mxGraphModel dx="1422" dy="794" grid="1" gridSize="10" page="1" pageWidth="1169" pageHeight="827" background="#ffffff">
      <root>
        <mxCell id="0"/>
        <mxCell id="1" parent="0"/>
        <object label="&lt;b&gt;Model&lt;/b&gt;&lt;br&gt;&lt;font color=&quot;#666666&quot;&gt;[Go]&lt;/font&gt;&lt;br&gt;&lt;font color=&quot;#999999&quot;&gt;JSONC architecture model management — loading, validation, and mutation&lt;/font&gt;" id="model-components--bausteinsicht.model" bausteinsicht_id="bausteinsicht.model" bausteinsicht_kind="container_boundary" technology="Go" tooltip="JSONC architecture model management — loading, validation, and mutation" link="data:page/id,view-model-components">
          <mxCell style="swimlane;startSize=30;fillColor=#F0F4FA;strokeColor=#3C7FC0;fontColor=#3C7FC0;fontStyle=1;rounded=1;arcSize=5;whiteSpace=wrap;html=1;container=1;collapsible=0;fontSize=12;" vertex="1" parent="1">
            <mxGeometry x="40" y="40" width="400" height="250" as="geometry"/>
          </mxCell>
        </object>
        <object label="&lt;b&gt;Patch&lt;/b&gt;&lt;br&gt;&lt;font color=&quot;#666666&quot;&gt;[Go]&lt;/font&gt;&lt;br&gt;&lt;font color=&quot;#999999&quot;&gt;Comment-preserving JSONC mutations for reverse sync&lt;/font&gt;" id="model-components--bausteinsicht.model.patch" bausteinsicht_id="bausteinsicht.model.patch" bausteinsicht_kind="component" technology="Go" tooltip="Comment-preserving JSONC mutations for reverse sync">
          <mxCell style="rounded=1;whiteSpace=wrap;html=1;fillColor=#85BBF0;fontColor=#000000;arcSize=5;fontSize=11;align=center;verticalAlign=middle;strokeColor=#FF0000;dashed=1;" vertex="1" parent="model-components--bausteinsicht.model">
            <mxGeometry x="40" y="330" width="200" height="120" as="geometry"/>
          </mxCell>
        </object>
        <object label="&lt;b&gt;Types&lt;/b&gt;&lt;br&gt;&lt;font color=&quot;#666666&quot;&gt;[Go]&lt;/font&gt;&lt;br&gt;&lt;font color=&quot;#999999&quot;&gt;Core struct definitions for elements, relationships, views, and specification&lt;/font&gt;" id="model-components--bausteinsicht.model.types" bausteinsicht_id="bausteinsicht.model.types" bausteinsicht_kind="component" technology="Go" tooltip="Core struct definitions for elements, relationships, views, and specification">
          <mxCell style="rounded=1;whiteSpace=wrap;html=1;fillColor=#85BBF0;fontColor=#000000;arcSize=5;fontSize=11;align=center;verticalAlign=middle;dashed=1;strokeColor=#FF0000;" vertex="1" parent="model-components--bausteinsicht.model">
            <mxGeometry x="280" y="330" width="200" height="120" as="geometry"/>
          </mxCell>
        </object>
        <object label="&lt;b&gt;Loader&lt;/b&gt;&lt;br&gt;&lt;font color=&quot;#666666&quot;&gt;[Go]&lt;/font&gt;&lt;br&gt;&lt;font color=&quot;#999999&quot;&gt;JSONC read/write with comment stripping and trailing comma handling&lt;/font&gt;" id="model-components--bausteinsicht.model.loader" bausteinsicht_id="bausteinsicht.model.loader" bausteinsicht_kind="component" technology="Go" tooltip="JSONC read/write with comment stripping and trailing comma handling">
          <mxCell style="rounded=1;whiteSpace=wrap;html=1;fillColor=#85BBF0;fontColor=#000000;arcSize=5;fontSize=11;align=center;verticalAlign=middle;dashed=1;strokeColor=#FF0000;" vertex="1" parent="model-components--bausteinsicht.model">
            <mxGeometry x="520" y="330" width="200" height="120" as="geometry"/>
          </mxCell>
        </object>
        <object label="&lt;b&gt;Resolve&lt;/b&gt;&lt;br&gt;&lt;font color=&quot;#666666&quot;&gt;[Go]&lt;/font&gt;&lt;br&gt;&lt;font color=&quot;#999999&quot;&gt;Dot-notation element resolution and wildcard pattern matching&lt;/font&gt;" id="model-components--bausteinsicht.model.resolve" bausteinsicht_id="bausteinsicht.model.resolve" bausteinsicht_kind="component" technology="Go" tooltip="Dot-notation element resolution and wildcard pattern matching">
          <mxCell style="rounded=1;whiteSpace=wrap;html=1;fillColor=#85BBF0;fontColor=#000000;arcSize=5;fontSize=11;align=center;verticalAlign=middle;strokeColor=#FF0000;dashed=1;" vertex="1" parent="model-components--bausteinsicht.model">
            <mxGeometry x="760" y="330" width="200" height="120" as="geometry"/>
          </mxCell>
        </object>
        <object label="&lt;b&gt;Validate&lt;/b&gt;&lt;br&gt;&lt;font color=&quot;#666666&quot;&gt;[Go]&lt;/font&gt;&lt;br&gt;&lt;font color=&quot;#999999&quot;&gt;Model validation rules for elements, relationships, and views&lt;/font&gt;" id="model-components--bausteinsicht.model.validate" bausteinsicht_id="bausteinsicht.model.validate" bausteinsicht_kind="component" technology="Go" tooltip="Model validation rules for elements, relationships, and views">
          <mxCell style="rounded=1;whiteSpace=wrap;html=1;fillColor=#85BBF0;fontColor=#000000;arcSize=5;fontSize=11;align=center;verticalAlign=middle;dashed=1;strokeColor=#FF0000;" vertex="1" parent="model-components--bausteinsicht.model">
            <mxGeometry x="1000" y="330" width="200" height="120" as="geometry"/>
          </mxCell>
        </object>
        <object label="&amp;larr; Container View" id="nav-back-model-components" link="data:page/id,view-containers">
          <mxCell style="rounded=1;fillColor=#f8cecc;strokeColor=#b85450;html=1;fontSize=10;" vertex="1" parent="1">
            <mxGeometry x="20" y="20" width="140" height="30" as="geometry"/>
          </mxCell>
        </object>
      </root>
    </mxGraphModel>
  </diagram>
</mxfile>
